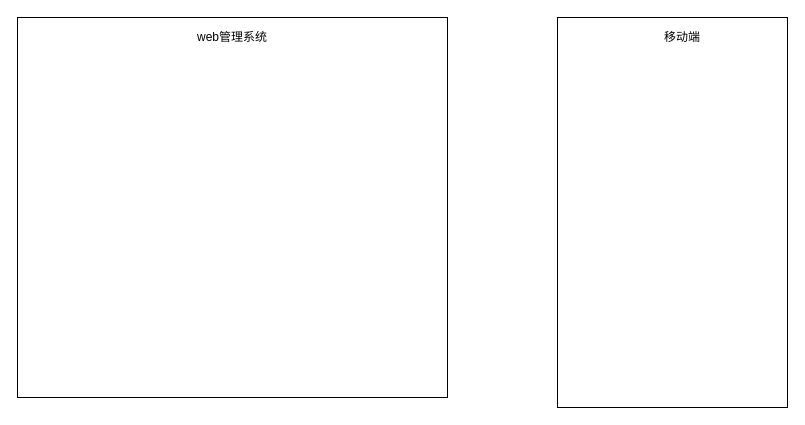
The draw.io diagram 刷题刷刷刷.drawio in meterXu/drawiofile, before the edit. Source tidied: cells renumbered, new cells numbered last; positions are measured from the earlier drawing's top-left corner, leaving out a move shared by most shapes. Both pictures are drawn from the tidied source at 100%, with x=0, y=0 at pixel (17, 17).
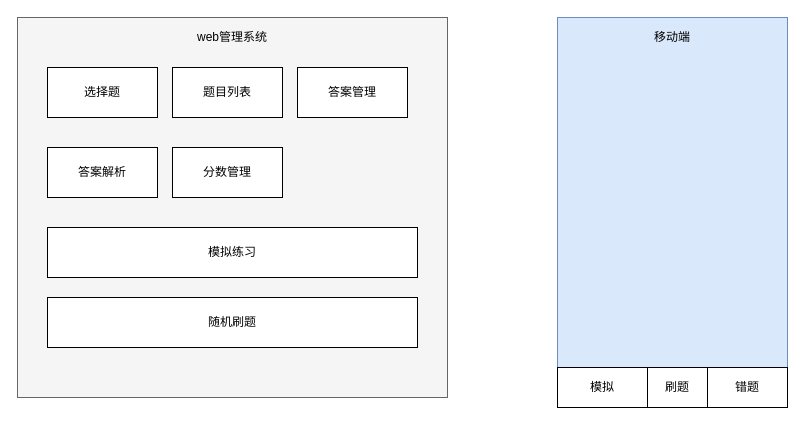
After the change.

Commit message (it also covers changes not shown here):
Update 刷题刷刷刷.drawio

Change to the diagram source:
```diff
@@
 <mxGraphModel>
   <root>
     <mxCell id="0" />
     <mxCell id="1" parent="0" />
-    <mxCell id="2" style="rounded=0;whiteSpace=wrap;html=1;" parent="1" vertex="1">
+    <mxCell id="2" style="rounded=0;whiteSpace=wrap;html=1;fillColor=#f5f5f5;strokeColor=#666666;fontColor=#333333;" parent="1" vertex="1">
       <mxGeometry width="430" height="380" as="geometry" />
     </mxCell>
     <mxCell id="3" value="web管理系统" style="text;html=1;strokeColor=none;fillColor=none;align=center;verticalAlign=middle;whiteSpace=wrap;rounded=0;" parent="1" vertex="1">
       <mxGeometry x="165" y="10" width="100" height="20" as="geometry" />
     </mxCell>
-    <mxCell id="4" style="rounded=0;whiteSpace=wrap;html=1;" parent="1" vertex="1">
+    <mxCell id="4" style="rounded=0;whiteSpace=wrap;html=1;fillColor=#dae8fc;strokeColor=#6c8ebf;" parent="1" vertex="1">
       <mxGeometry x="540" width="230" height="390" as="geometry" />
     </mxCell>
     <mxCell id="5" value="移动端" style="text;html=1;strokeColor=none;fillColor=none;align=center;verticalAlign=middle;whiteSpace=wrap;rounded=0;" parent="1" vertex="1">
-      <mxGeometry x="645" y="10" width="40" height="20" as="geometry" />
+      <mxGeometry x="635" y="10" width="40" height="20" as="geometry" />
     </mxCell>
+    <mxCell id="6" value="选择题" style="rounded=0;whiteSpace=wrap;html=1;" parent="1" vertex="1">
+      <mxGeometry x="30" y="50" width="110" height="50" as="geometry" />
+    </mxCell>
+    <mxCell id="7" value="题目列表" style="rounded=0;whiteSpace=wrap;html=1;" parent="1" vertex="1">
+      <mxGeometry x="155" y="50" width="110" height="50" as="geometry" />
+    </mxCell>
+    <mxCell id="8" value="答案管理" style="rounded=0;whiteSpace=wrap;html=1;" parent="1" vertex="1">
+      <mxGeometry x="280" y="50" width="110" height="50" as="geometry" />
+    </mxCell>
+    <mxCell id="9" value="答案解析" style="rounded=0;whiteSpace=wrap;html=1;" parent="1" vertex="1">
+      <mxGeometry x="30" y="130" width="110" height="50" as="geometry" />
+    </mxCell>
+    <mxCell id="10" value="分数管理" style="rounded=0;whiteSpace=wrap;html=1;" parent="1" vertex="1">
+      <mxGeometry x="155" y="130" width="110" height="50" as="geometry" />
+    </mxCell>
+    <mxCell id="11" value="随机刷题" style="rounded=0;whiteSpace=wrap;html=1;" parent="1" vertex="1">
+      <mxGeometry x="30" y="280" width="370" height="50" as="geometry" />
+    </mxCell>
+    <mxCell id="12" value="模拟练习" style="rounded=0;whiteSpace=wrap;html=1;" parent="1" vertex="1">
+      <mxGeometry x="30" y="210" width="370" height="50" as="geometry" />
+    </mxCell>
+    <mxCell id="13" value="模拟" style="rounded=0;whiteSpace=wrap;html=1;" parent="1" vertex="1">
+      <mxGeometry x="540" y="350" width="90" height="40" as="geometry" />
+    </mxCell>
+    <mxCell id="14" value="刷题" style="rounded=0;whiteSpace=wrap;html=1;" parent="1" vertex="1">
+      <mxGeometry x="630" y="350" width="60" height="40" as="geometry" />
+    </mxCell>
+    <mxCell id="15" value="错题" style="rounded=0;whiteSpace=wrap;html=1;" parent="1" vertex="1">
+      <mxGeometry x="690" y="350" width="80" height="40" as="geometry" />
+    </mxCell>
   </root>
 </mxGraphModel>
```
